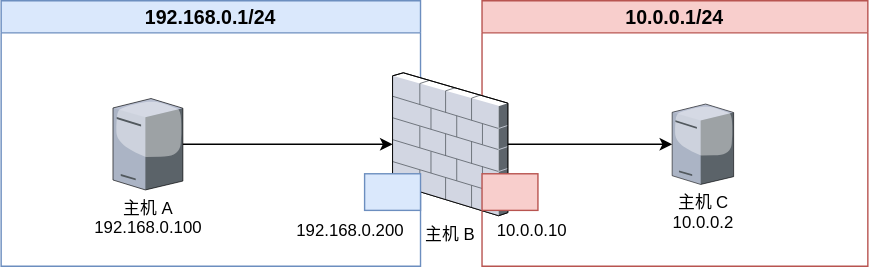
central-x/central-x.github.io keeps this draw.io diagram as docs/blogs/linux/network/assets/iptables-firewall-topology.svg. Above is the earlier version. Source tidied: cells renumbered, new cells last; positions are measured from the earlier drawing's top-left corner, leaving out a move shared by most shapes. Source of this version:
```xml
<mxGraphModel>
  <root>
    <mxCell id="0" />
    <mxCell id="1" parent="0" />
    <mxCell id="2" value="192.168.0.1/24" style="swimlane;whiteSpace=wrap;html=1;fillColor=#dae8fc;strokeColor=#6c8ebf;fontSize=14;" parent="1" vertex="1">
      <mxGeometry width="300" height="190" as="geometry" />
    </mxCell>
    <mxCell id="3" value="主机 A&lt;br&gt;192.168.0.100" style="verticalLabelPosition=bottom;sketch=0;html=1;verticalAlign=top;strokeColor=none;align=center;outlineConnect=0;shape=mxgraph.citrix.license_server;" parent="2" vertex="1">
      <mxGeometry x="80" y="70" width="50" height="65.4" as="geometry" />
    </mxCell>
    <mxCell id="4" value="192.168.0.200" style="text;html=1;strokeColor=none;fillColor=default;align=center;verticalAlign=middle;whiteSpace=wrap;rounded=0;" parent="2" vertex="1">
      <mxGeometry x="220" y="150" width="60" height="30" as="geometry" />
    </mxCell>
    <mxCell id="5" value="10.0.0.1/24" style="swimlane;whiteSpace=wrap;html=1;fillColor=#f8cecc;strokeColor=#b85450;fontSize=14;" parent="1" vertex="1">
      <mxGeometry x="344" width="276" height="190" as="geometry" />
    </mxCell>
    <mxCell id="6" value="主机 C&lt;br&gt;10.0.0.2" style="verticalLabelPosition=bottom;sketch=0;html=1;verticalAlign=top;strokeColor=none;align=center;outlineConnect=0;shape=mxgraph.citrix.license_server;" parent="5" vertex="1">
      <mxGeometry x="136" y="73.9" width="44" height="57.5" as="geometry" />
    </mxCell>
    <mxCell id="7" value="10.0.0.10" style="text;html=1;strokeColor=none;fillColor=default;align=center;verticalAlign=middle;whiteSpace=wrap;rounded=0;" parent="5" vertex="1">
      <mxGeometry x="6" y="150" width="60" height="30" as="geometry" />
    </mxCell>
    <mxCell id="8" style="edgeStyle=orthogonalEdgeStyle;rounded=0;jettySize=auto;html=1;" parent="1" edge="1" source="3" target="9">
      <mxGeometry relative="1" as="geometry" />
    </mxCell>
    <mxCell id="9" value="主机 B" style="verticalLabelPosition=bottom;sketch=0;html=1;verticalAlign=top;strokeColor=none;align=center;outlineConnect=0;shape=mxgraph.citrix.firewall;labelBackgroundColor=default;" parent="1" vertex="1">
      <mxGeometry x="280" y="51.6" width="82.5" height="102.2" as="geometry" />
    </mxCell>
    <mxCell id="10" style="edgeStyle=orthogonalEdgeStyle;rounded=0;jettySize=auto;html=1;" parent="1" edge="1" source="9" target="6">
      <mxGeometry relative="1" as="geometry" />
    </mxCell>
    <mxCell id="11" style="rounded=0;whiteSpace=wrap;html=1;fillColor=#dae8fc;strokeColor=#6c8ebf;" parent="1" vertex="1">
      <mxGeometry x="260" y="123.8" width="40" height="26.2" as="geometry" />
    </mxCell>
    <mxCell id="12" style="rounded=0;whiteSpace=wrap;html=1;fillColor=#f8cecc;strokeColor=#b85450;" parent="1" vertex="1">
      <mxGeometry x="344" y="123.8" width="40" height="26.2" as="geometry" />
    </mxCell>
  </root>
</mxGraphModel>
```
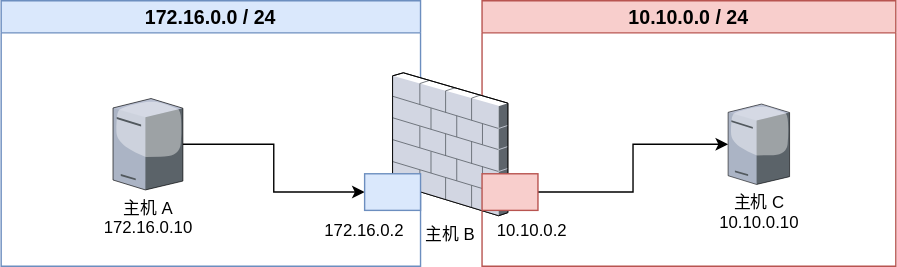
After the commit.

Commit message:
[UPDATE] 更新 iptables 文档，完成网络防火墙章节

Diff of the diagram source:
```diff
@@ -2,31 +2,31 @@
   <root>
     <mxCell id="0" />
     <mxCell id="1" parent="0" />
-    <mxCell id="2" value="192.168.0.1/24" style="swimlane;whiteSpace=wrap;html=1;fillColor=#dae8fc;strokeColor=#6c8ebf;fontSize=14;" parent="1" vertex="1">
+    <mxCell id="2" value="172.16.0.0 / 24" style="swimlane;whiteSpace=wrap;html=1;fillColor=#dae8fc;strokeColor=#6c8ebf;fontSize=14;" parent="1" vertex="1">
       <mxGeometry width="300" height="190" as="geometry" />
     </mxCell>
-    <mxCell id="3" value="主机 A&lt;br&gt;192.168.0.100" style="verticalLabelPosition=bottom;sketch=0;html=1;verticalAlign=top;strokeColor=none;align=center;outlineConnect=0;shape=mxgraph.citrix.license_server;" parent="2" vertex="1">
+    <mxCell id="3" value="主机 A&lt;br&gt;172.16.0.10" style="verticalLabelPosition=bottom;sketch=0;html=1;verticalAlign=top;strokeColor=none;align=center;outlineConnect=0;shape=mxgraph.citrix.license_server;" parent="2" vertex="1">
       <mxGeometry x="80" y="70" width="50" height="65.4" as="geometry" />
     </mxCell>
-    <mxCell id="4" value="192.168.0.200" style="text;html=1;strokeColor=none;fillColor=default;align=center;verticalAlign=middle;whiteSpace=wrap;rounded=0;" parent="2" vertex="1">
-      <mxGeometry x="220" y="150" width="60" height="30" as="geometry" />
+    <mxCell id="4" value="172.16.0.2" style="text;html=1;strokeColor=none;fillColor=default;align=center;verticalAlign=middle;whiteSpace=wrap;rounded=0;" parent="2" vertex="1">
+      <mxGeometry x="230" y="150" width="60" height="30" as="geometry" />
     </mxCell>
-    <mxCell id="5" value="10.0.0.1/24" style="swimlane;whiteSpace=wrap;html=1;fillColor=#f8cecc;strokeColor=#b85450;fontSize=14;" parent="1" vertex="1">
-      <mxGeometry x="344" width="276" height="190" as="geometry" />
+    <mxCell id="5" value="10.10.0.0 / 24" style="swimlane;whiteSpace=wrap;html=1;fillColor=#f8cecc;strokeColor=#b85450;fontSize=14;" parent="1" vertex="1">
+      <mxGeometry x="344" width="296" height="190" as="geometry" />
     </mxCell>
-    <mxCell id="6" value="主机 C&lt;br&gt;10.0.0.2" style="verticalLabelPosition=bottom;sketch=0;html=1;verticalAlign=top;strokeColor=none;align=center;outlineConnect=0;shape=mxgraph.citrix.license_server;" parent="5" vertex="1">
-      <mxGeometry x="136" y="73.9" width="44" height="57.5" as="geometry" />
+    <mxCell id="6" value="主机 C&lt;br&gt;10.10.0.10" style="verticalLabelPosition=bottom;sketch=0;html=1;verticalAlign=top;strokeColor=none;align=center;outlineConnect=0;shape=mxgraph.citrix.license_server;" parent="5" vertex="1">
+      <mxGeometry x="176" y="73.9" width="44" height="57.5" as="geometry" />
     </mxCell>
-    <mxCell id="7" value="10.0.0.10" style="text;html=1;strokeColor=none;fillColor=default;align=center;verticalAlign=middle;whiteSpace=wrap;rounded=0;" parent="5" vertex="1">
+    <mxCell id="7" value="10.10.0.2" style="text;html=1;strokeColor=none;fillColor=default;align=center;verticalAlign=middle;whiteSpace=wrap;rounded=0;" parent="5" vertex="1">
       <mxGeometry x="6" y="150" width="60" height="30" as="geometry" />
     </mxCell>
-    <mxCell id="8" style="edgeStyle=orthogonalEdgeStyle;rounded=0;jettySize=auto;html=1;" parent="1" edge="1" source="3" target="9">
+    <mxCell id="8" style="edgeStyle=orthogonalEdgeStyle;rounded=0;jettySize=auto;html=1;entryX=0;entryY=0.5;entryDx=0;entryDy=0;" parent="1" edge="1" source="3" target="11">
       <mxGeometry relative="1" as="geometry" />
     </mxCell>
     <mxCell id="9" value="主机 B" style="verticalLabelPosition=bottom;sketch=0;html=1;verticalAlign=top;strokeColor=none;align=center;outlineConnect=0;shape=mxgraph.citrix.firewall;labelBackgroundColor=default;" parent="1" vertex="1">
       <mxGeometry x="280" y="51.6" width="82.5" height="102.2" as="geometry" />
     </mxCell>
-    <mxCell id="10" style="edgeStyle=orthogonalEdgeStyle;rounded=0;jettySize=auto;html=1;" parent="1" edge="1" source="9" target="6">
+    <mxCell id="10" style="edgeStyle=orthogonalEdgeStyle;rounded=0;jettySize=auto;html=1;exitX=1;exitY=0.5;exitDx=0;exitDy=0;" parent="1" edge="1" source="12" target="6">
       <mxGeometry relative="1" as="geometry" />
     </mxCell>
     <mxCell id="11" style="rounded=0;whiteSpace=wrap;html=1;fillColor=#dae8fc;strokeColor=#6c8ebf;" parent="1" vertex="1">
```
